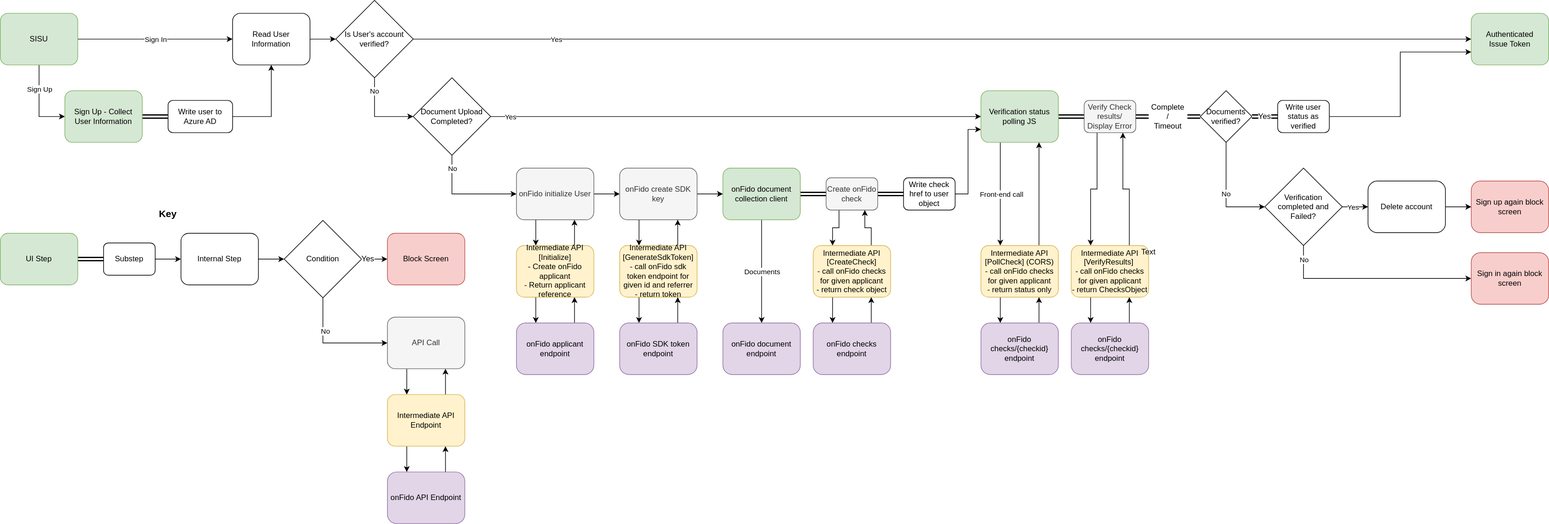
The draw.io diagram samples/OnFido-Combined/media/onFidoFlow.svg in azure-ad-b2c/partner-integrations, before a commit. Source tidied: cells renumbered, new cells last; positions are measured from the earlier drawing's top-left corner, leaving out a move shared by most shapes.
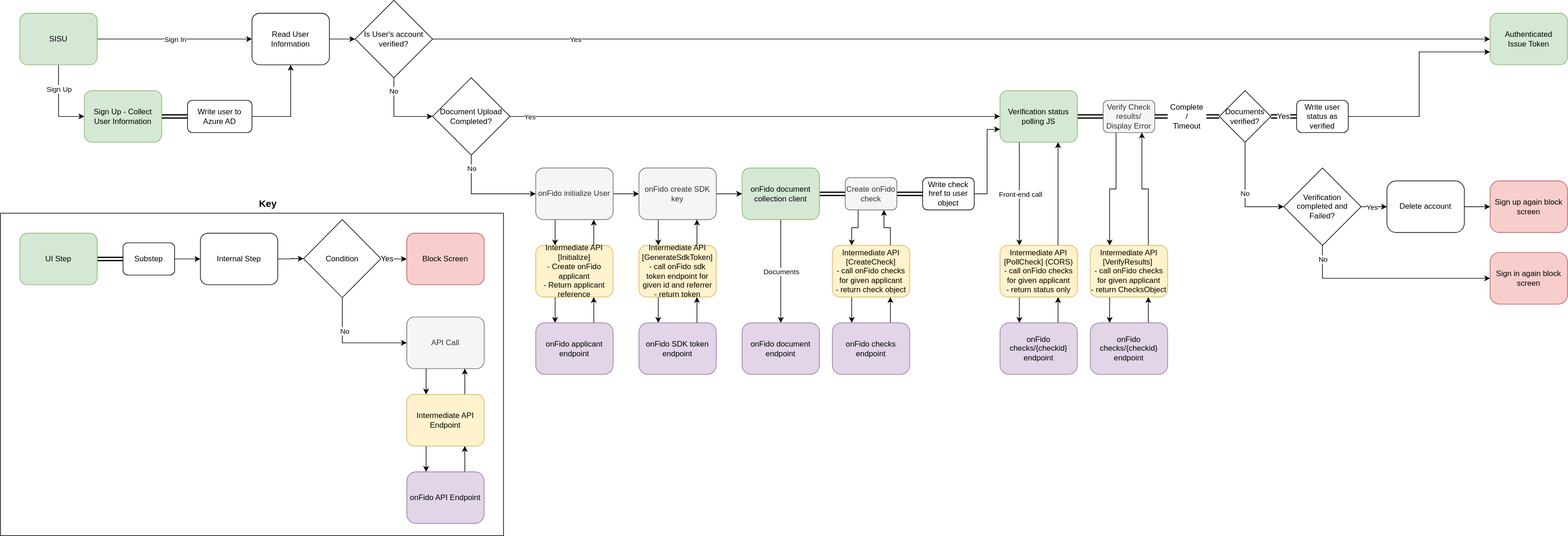
The same diagram one commit later.

Change to the diagram source:
```diff
@@ -240,7 +240,7 @@
       <mxGeometry x="2280" y="20" width="120" height="80" as="geometry" />
     </mxCell>
     <mxCell id="75" value="&lt;font style=&quot;font-size: 15px&quot;&gt;&lt;b&gt;Key&lt;/b&gt;&lt;/font&gt;" style="text;html=1;strokeColor=none;fillColor=none;align=center;verticalAlign=middle;whiteSpace=wrap;rounded=0;" parent="1" vertex="1">
-      <mxGeometry x="240" y="320" width="40" height="20" as="geometry" />
+      <mxGeometry x="365" y="305" width="40" height="20" as="geometry" />
     </mxCell>
     <mxCell id="76" style="edgeStyle=orthogonalEdgeStyle;rounded=0;jettySize=auto;html=1;startArrow=none;startFill=0;strokeColor=#000000;strokeWidth=2;shape=link;gradientColor=none;" parent="1" edge="1" source="79" target="78">
       <mxGeometry relative="1" as="geometry" />
@@ -290,9 +290,6 @@
     <mxCell id="91" value="Documents verified?" style="rhombus;whiteSpace=wrap;html=1;" parent="1" vertex="1">
       <mxGeometry x="1860" y="140" width="80" height="80" as="geometry" />
     </mxCell>
-    <mxCell id="92" value="Text" style="text;html=1;strokeColor=none;fillColor=none;align=center;verticalAlign=middle;whiteSpace=wrap;rounded=0;" parent="1" vertex="1">
-      <mxGeometry x="1760" y="380" width="40" height="20" as="geometry" />
-    </mxCell>
     <mxCell id="93" value="Yes" style="text;html=1;strokeColor=none;fillColor=none;align=center;verticalAlign=middle;whiteSpace=wrap;rounded=0;" parent="1" vertex="1">
       <mxGeometry x="1950" y="170" width="20" height="20" as="geometry" />
     </mxCell>
@@ -346,7 +343,7 @@
       <mxGeometry relative="1" as="geometry" />
     </mxCell>
     <mxCell id="109" value="Condition" style="rhombus;whiteSpace=wrap;html=1;" parent="1" vertex="1">
-      <mxGeometry x="440" y="341" width="120" height="120" as="geometry" />
+      <mxGeometry x="440" y="340" width="120" height="121" as="geometry" />
     </mxCell>
     <mxCell id="110" value="Block Screen" style="rounded=1;whiteSpace=wrap;html=1;fillColor=#f8cecc;strokeColor=#b85450;" parent="1" vertex="1">
       <mxGeometry x="600" y="361" width="120" height="80" as="geometry" />
@@ -357,5 +354,8 @@
     <mxCell id="112" value="&lt;span style=&quot;font-weight: normal&quot;&gt;Sign in again block screen&lt;/span&gt;" style="rounded=1;whiteSpace=wrap;html=1;fillColor=#f8cecc;strokeColor=#b85450;arcSize=18;fontStyle=1;" parent="1" vertex="1">
       <mxGeometry x="2280" y="391" width="120" height="80" as="geometry" />
     </mxCell>
+    <mxCell id="113" style="rounded=0;whiteSpace=wrap;html=1;fillColor=none;" parent="1" vertex="1">
+      <mxGeometry x="-30" y="330" width="780" height="500" as="geometry" />
+    </mxCell>
   </root>
 </mxGraphModel>
```
